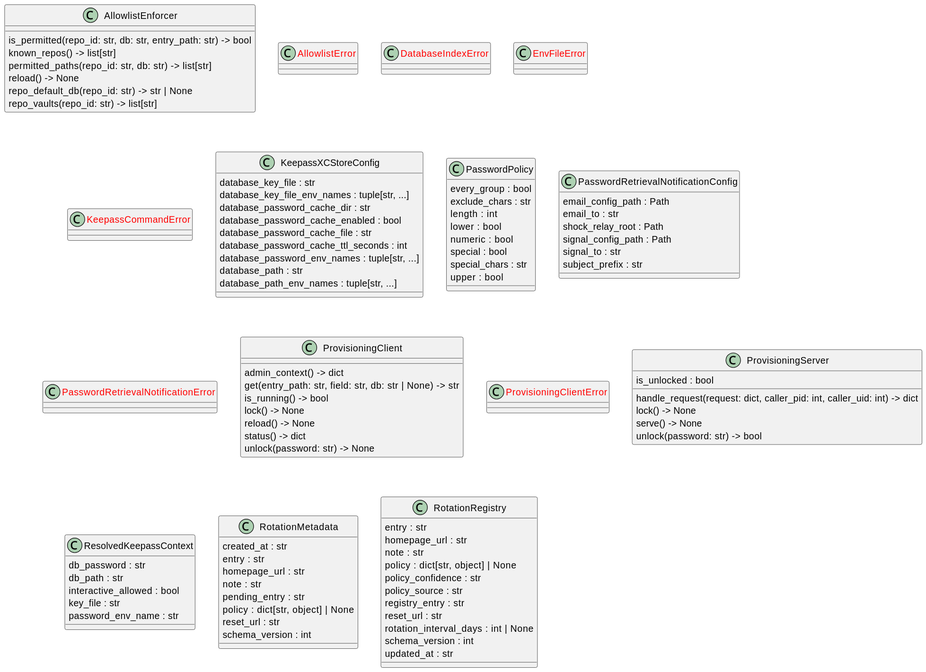
Earlier version of the PlantUML export docs/diagrams/python-classes.puml.svg (casonk/auto-pass). The source it was exported from:
```plantuml
@startuml
set namespaceSeparator none
class "AllowlistEnforcer" as src.auto_pass.allowlist.AllowlistEnforcer {
  is_permitted(repo_id: str, db: str, entry_path: str) -> bool
  known_repos() -> list[str]
  permitted_paths(repo_id: str, db: str) -> list[str]
  reload() -> None
  repo_default_db(repo_id: str) -> str | None
  repo_vaults(repo_id: str) -> list[str]
}
class "<color:red>AllowlistError</color>" as src.auto_pass.allowlist.AllowlistError {
}
class "<color:red>DatabaseIndexError</color>" as src.auto_pass.dbindex.DatabaseIndexError {
}
class "<color:red>EnvFileError</color>" as src.auto_pass.envfile.EnvFileError {
}
class "<color:red>KeepassCommandError</color>" as src.auto_pass.keepassxc.KeepassCommandError {
}
class "KeepassXCStoreConfig" as src.auto_pass.keepassxc.KeepassXCStoreConfig {
  database_key_file : str
  database_key_file_env_names : tuple[str, ...]
  database_password_cache_dir : str
  database_password_cache_enabled : bool
  database_password_cache_file : str
  database_password_cache_ttl_seconds : int
  database_password_env_names : tuple[str, ...]
  database_path : str
  database_path_env_names : tuple[str, ...]
}
class "PasswordPolicy" as src.auto_pass.rotation.PasswordPolicy {
  every_group : bool
  exclude_chars : str
  length : int
  lower : bool
  numeric : bool
  special : bool
  special_chars : str
  upper : bool
}
class "PasswordRetrievalNotificationConfig" as src.auto_pass.notifications.PasswordRetrievalNotificationConfig {
  email_config_path : Path
  email_to : str
  shock_relay_root : Path
  signal_config_path : Path
  signal_to : str
  subject_prefix : str
}
class "<color:red>PasswordRetrievalNotificationError</color>" as src.auto_pass.notifications.PasswordRetrievalNotificationError {
}
class "ProvisioningClient" as src.auto_pass.client.ProvisioningClient {
  admin_context() -> dict
  get(entry_path: str, field: str, db: str | None) -> str
  is_running() -> bool
  lock() -> None
  reload() -> None
  status() -> dict
  unlock(password: str) -> None
}
class "<color:red>ProvisioningClientError</color>" as src.auto_pass.client.ProvisioningClientError {
}
class "ProvisioningServer" as src.auto_pass.server.ProvisioningServer {
  is_unlocked : bool
  handle_request(request: dict, caller_pid: int, caller_uid: int) -> dict
  lock() -> None
  serve() -> None
  unlock(password: str) -> bool
}
class "ResolvedKeepassContext" as src.auto_pass.keepassxc.ResolvedKeepassContext {
  db_password : str
  db_path : str
  interactive_allowed : bool
  key_file : str
  password_env_name : str
}
class "RotationMetadata" as src.auto_pass.rotation.RotationMetadata {
  created_at : str
  entry : str
  homepage_url : str
  note : str
  pending_entry : str
  policy : dict[str, object] | None
  reset_url : str
  schema_version : int
}
class "RotationRegistry" as src.auto_pass.rotation.RotationRegistry {
  entry : str
  homepage_url : str
  note : str
  policy : dict[str, object] | None
  policy_confidence : str
  policy_source : str
  registry_entry : str
  reset_url : str
  rotation_interval_days : int | None
  schema_version : int
  updated_at : str
}
@enduml
```
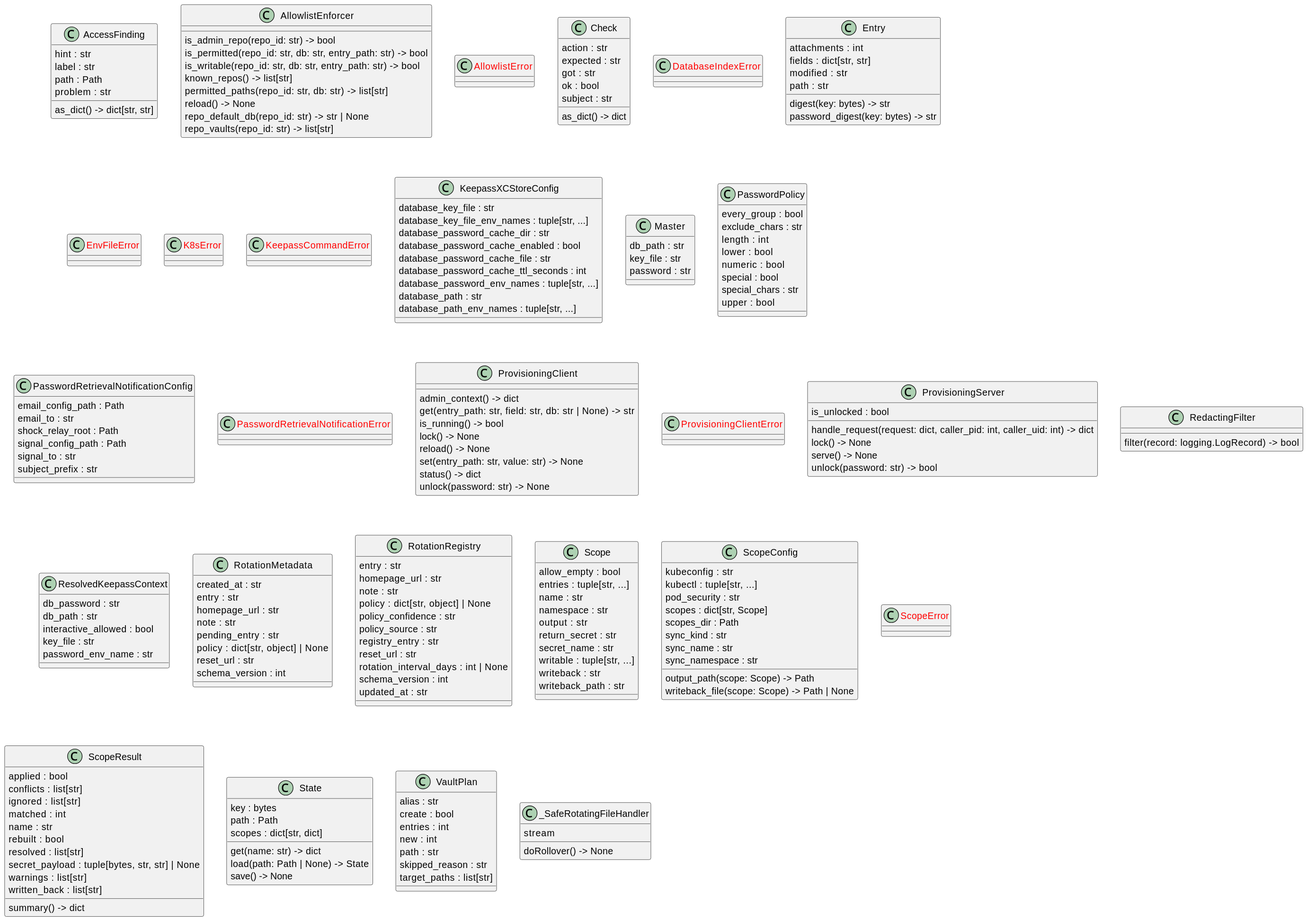
Above is the later version.

What changed in the source:
```diff
@@ -1,7 +1,16 @@
 @startuml
 set namespaceSeparator none
+class "AccessFinding" as src.auto_pass.access.AccessFinding {
+  hint : str
+  label : str
+  path : Path
+  problem : str
+  as_dict() -> dict[str, str]
+}
 class "AllowlistEnforcer" as src.auto_pass.allowlist.AllowlistEnforcer {
+  is_admin_repo(repo_id: str) -> bool
   is_permitted(repo_id: str, db: str, entry_path: str) -> bool
+  is_writable(repo_id: str, db: str, entry_path: str) -> bool
   known_repos() -> list[str]
   permitted_paths(repo_id: str, db: str) -> list[str]
   reload() -> None
@@ -10,9 +19,27 @@
 }
 class "<color:red>AllowlistError</color>" as src.auto_pass.allowlist.AllowlistError {
 }
+class "Check" as src.auto_pass.k8s.Check {
+  action : str
+  expected : str
+  got : str
+  ok : bool
+  subject : str
+  as_dict() -> dict
+}
 class "<color:red>DatabaseIndexError</color>" as src.auto_pass.dbindex.DatabaseIndexError {
 }
+class "Entry" as src.auto_pass.kdbx.Entry {
+  attachments : int
+  fields : dict[str, str]
+  modified : str
+  path : str
+  digest(key: bytes) -> str
+  password_digest(key: bytes) -> str
+}
 class "<color:red>EnvFileError</color>" as src.auto_pass.envfile.EnvFileError {
+}
+class "<color:red>K8sError</color>" as src.auto_pass.k8s.K8sError {
 }
 class "<color:red>KeepassCommandError</color>" as src.auto_pass.keepassxc.KeepassCommandError {
 }
@@ -26,6 +53,11 @@
   database_password_env_names : tuple[str, ...]
   database_path : str
   database_path_env_names : tuple[str, ...]
+}
+class "Master" as src.auto_pass.scopes.Master {
+  db_path : str
+  key_file : str
+  password : str
 }
 class "PasswordPolicy" as src.auto_pass.rotation.PasswordPolicy {
   every_group : bool
@@ -53,6 +85,7 @@
   is_running() -> bool
   lock() -> None
   reload() -> None
+  set(entry_path: str, value: str) -> None
   status() -> dict
   unlock(password: str) -> None
 }
@@ -64,6 +97,9 @@
   lock() -> None
   serve() -> None
   unlock(password: str) -> bool
+}
+class "RedactingFilter" as src.auto_pass.logging_setup.RedactingFilter {
+  filter(record: logging.LogRecord) -> bool
 }
 class "ResolvedKeepassContext" as src.auto_pass.keepassxc.ResolvedKeepassContext {
   db_password : str
@@ -95,4 +131,64 @@
   schema_version : int
   updated_at : str
 }
+class "Scope" as src.auto_pass.scopes.Scope {
+  allow_empty : bool
+  entries : tuple[str, ...]
+  name : str
+  namespace : str
+  output : str
+  return_secret : str
+  secret_name : str
+  writable : tuple[str, ...]
+  writeback : str
+  writeback_path : str
+}
+class "ScopeConfig" as src.auto_pass.scopes.ScopeConfig {
+  kubeconfig : str
+  kubectl : tuple[str, ...]
+  pod_security : str
+  scopes : dict[str, Scope]
+  scopes_dir : Path
+  sync_kind : str
+  sync_name : str
+  sync_namespace : str
+  output_path(scope: Scope) -> Path
+  writeback_file(scope: Scope) -> Path | None
+}
+class "<color:red>ScopeError</color>" as src.auto_pass.scopes.ScopeError {
+}
+class "ScopeResult" as src.auto_pass.scopes.ScopeResult {
+  applied : bool
+  conflicts : list[str]
+  ignored : list[str]
+  matched : int
+  name : str
+  rebuilt : bool
+  resolved : list[str]
+  secret_payload : tuple[bytes, str, str] | None
+  warnings : list[str]
+  written_back : list[str]
+  summary() -> dict
+}
+class "State" as src.auto_pass.scopes.State {
+  key : bytes
+  path : Path
+  scopes : dict[str, dict]
+  get(name: str) -> dict
+  load(path: Path | None) -> State
+  save() -> None
+}
+class "VaultPlan" as src.auto_pass.consolidate.VaultPlan {
+  alias : str
+  create : bool
+  entries : int
+  new : int
+  path : str
+  skipped_reason : str
+  target_paths : list[str]
+}
+class "_SafeRotatingFileHandler" as src.auto_pass.logging_setup._SafeRotatingFileHandler {
+  stream
+  doRollover() -> None
+}
 @enduml
```
